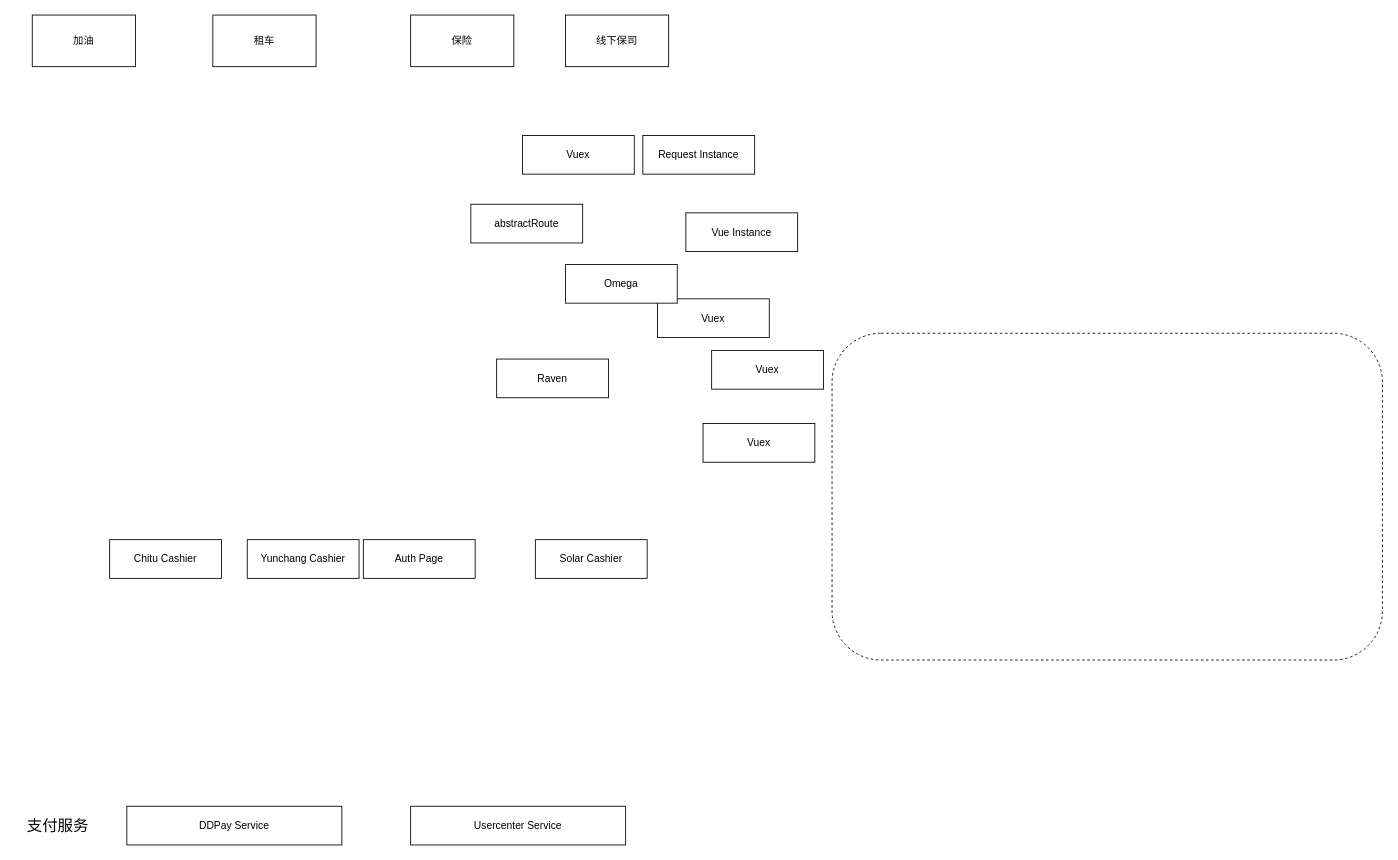
This is book/未命名绘图.drawio from chengkj99/book, a draw.io file, before an edit. Source tidied: cells renumbered, new cells numbered last; positions are measured from the earlier drawing's top-left corner, leaving out a move shared by most shapes. Both pictures are drawn from the tidied source at 86%, with x=0, y=0 at pixel (15, 15).
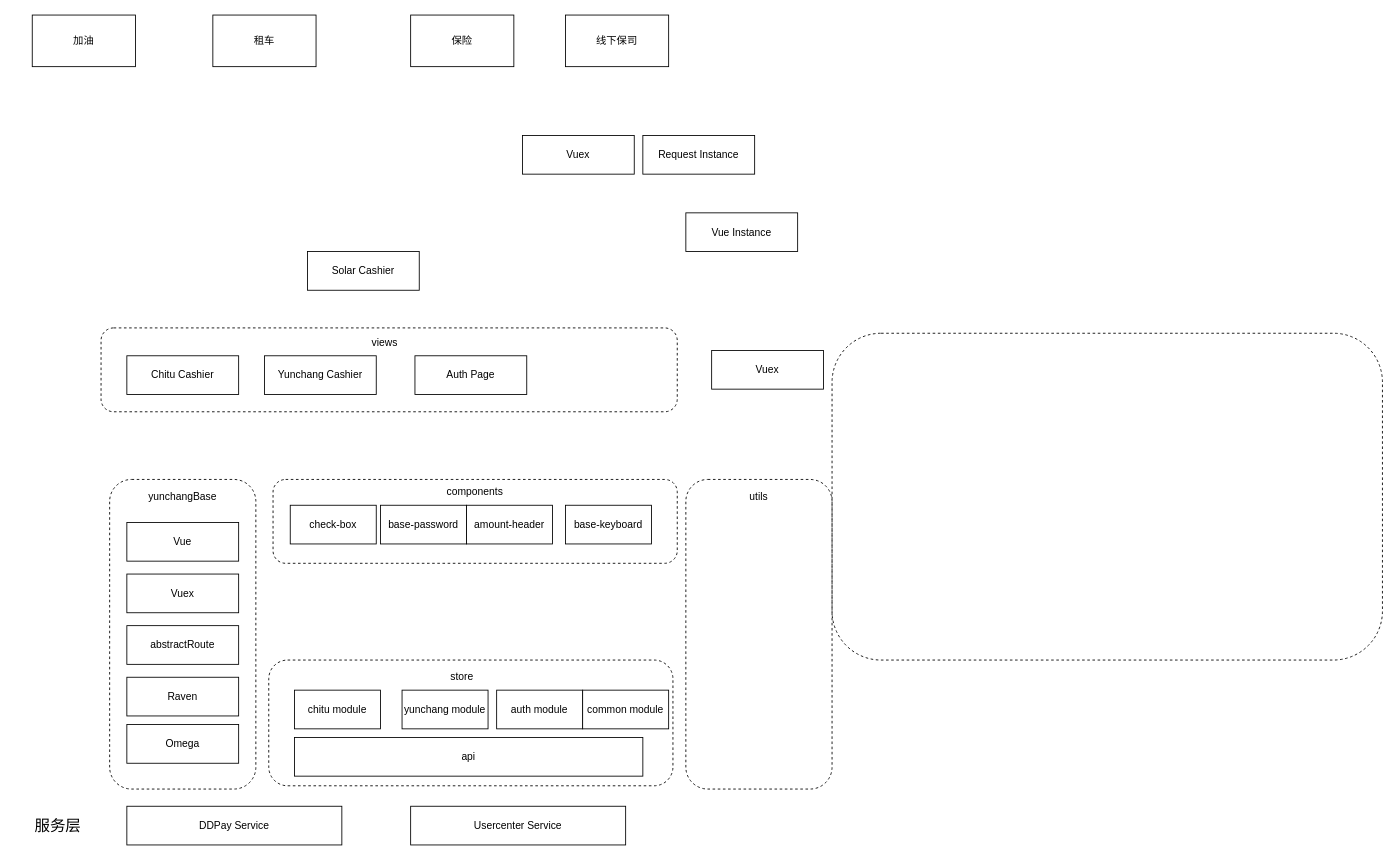
After the change.

Diff of the diagram source:
```diff
@@
     <mxCell id="2" value="Chitu Cashier" style="rounded=0;whiteSpace=wrap;html=1;" parent="1" vertex="1">
-      <mxGeometry x="110" y="610" width="130" height="45" as="geometry" />
+      <mxGeometry x="130" y="396.2" width="130" height="45" as="geometry" />
     </mxCell>
     <mxCell id="3" value="Yunchang Cashier" style="rounded=0;whiteSpace=wrap;html=1;" parent="1" vertex="1">
-      <mxGeometry x="270" y="610" width="130" height="45" as="geometry" />
+      <mxGeometry x="290" y="396.2" width="130" height="45" as="geometry" />
     </mxCell>
     <mxCell id="4" value="Auth Page" style="rounded=0;whiteSpace=wrap;html=1;" parent="1" vertex="1">
-      <mxGeometry x="405" y="610" width="130" height="45" as="geometry" />
+      <mxGeometry x="465" y="396.2" width="130" height="45" as="geometry" />
     </mxCell>
@@
     <mxCell id="9" value="Solar Cashier" style="rounded=0;whiteSpace=wrap;html=1;" parent="1" vertex="1">
-      <mxGeometry x="605" y="610" width="130" height="45" as="geometry" />
+      <mxGeometry x="340" y="275" width="130" height="45" as="geometry" />
     </mxCell>
     <mxCell id="10" value="Vuex" style="rounded=0;whiteSpace=wrap;html=1;" parent="1" vertex="1">
-      <mxGeometry x="747" y="330" width="130" height="45" as="geometry" />
+      <mxGeometry x="130" y="650" width="130" height="45" as="geometry" />
     </mxCell>
-    <mxCell id="11" value="Vuex" style="rounded=0;whiteSpace=wrap;html=1;" parent="1" vertex="1">
-      <mxGeometry x="800" y="475" width="130" height="45" as="geometry" />
+    <mxCell id="11" value="Vue" style="rounded=0;whiteSpace=wrap;html=1;" parent="1" vertex="1">
+      <mxGeometry x="130" y="590" width="130" height="45" as="geometry" />
     </mxCell>
@@
     <mxCell id="16" value="Raven" style="rounded=0;whiteSpace=wrap;html=1;" parent="1" vertex="1">
-      <mxGeometry x="560" y="400" width="130" height="45" as="geometry" />
+      <mxGeometry x="130" y="770" width="130" height="45" as="geometry" />
     </mxCell>
     <mxCell id="17" value="abstractRoute" style="rounded=0;whiteSpace=wrap;html=1;" parent="1" vertex="1">
-      <mxGeometry x="530" y="220" width="130" height="45" as="geometry" />
+      <mxGeometry x="130" y="710" width="130" height="45" as="geometry" />
     </mxCell>
     <mxCell id="18" value="Omega" style="rounded=0;whiteSpace=wrap;html=1;" parent="1" vertex="1">
-      <mxGeometry x="640" y="290" width="130" height="45" as="geometry" />
+      <mxGeometry x="130" y="825" width="130" height="45" as="geometry" />
     </mxCell>
@@
-    <mxCell id="20" value="&lt;span style=&quot;font-size: 18px;&quot;&gt;支付服务&lt;/span&gt;" style="text;html=1;strokeColor=none;fillColor=none;align=center;verticalAlign=middle;whiteSpace=wrap;rounded=0;" parent="1" vertex="1">
+    <mxCell id="20" value="&lt;span style=&quot;font-size: 18px;&quot;&gt;服务层&lt;/span&gt;" style="text;html=1;strokeColor=none;fillColor=none;align=center;verticalAlign=middle;whiteSpace=wrap;rounded=0;" parent="1" vertex="1">
       <mxGeometry y="927.5" width="100" height="30" as="geometry" />
     </mxCell>
@@
+    <mxCell id="23" style="rounded=1;whiteSpace=wrap;html=1;fillColor=none;dashed=1;" parent="1" vertex="1">
+      <mxGeometry x="110" y="540" width="170" height="360" as="geometry" />
+    </mxCell>
+    <mxCell id="24" style="rounded=1;whiteSpace=wrap;html=1;fillColor=none;dashed=1;" parent="1" vertex="1">
+      <mxGeometry x="300" y="540" width="470" height="97.5" as="geometry" />
+    </mxCell>
+    <mxCell id="25" value="check-box" style="rounded=0;whiteSpace=wrap;html=1;" parent="1" vertex="1">
+      <mxGeometry x="320" y="570" width="100" height="45" as="geometry" />
+    </mxCell>
+    <mxCell id="26" value="base-password" style="rounded=0;whiteSpace=wrap;html=1;" parent="1" vertex="1">
+      <mxGeometry x="425" y="570" width="100" height="45" as="geometry" />
+    </mxCell>
+    <mxCell id="27" value="amount-header" style="rounded=0;whiteSpace=wrap;html=1;" parent="1" vertex="1">
+      <mxGeometry x="525" y="570" width="100" height="45" as="geometry" />
+    </mxCell>
+    <mxCell id="28" style="rounded=1;whiteSpace=wrap;html=1;fillColor=none;dashed=1;" parent="1" vertex="1">
+      <mxGeometry x="100" y="363.8" width="670" height="97.5" as="geometry" />
+    </mxCell>
+    <mxCell id="29" value="base-keyboard" style="rounded=0;whiteSpace=wrap;html=1;" parent="1" vertex="1">
+      <mxGeometry x="640" y="570" width="100" height="45" as="geometry" />
+    </mxCell>
+    <mxCell id="30" value="components" style="text;html=1;strokeColor=none;fillColor=none;align=center;verticalAlign=middle;whiteSpace=wrap;rounded=0;" parent="1" vertex="1">
+      <mxGeometry x="505" y="540" width="60" height="30" as="geometry" />
+    </mxCell>
+    <mxCell id="31" value="yunchangBase" style="text;html=1;strokeColor=none;fillColor=none;align=center;verticalAlign=middle;whiteSpace=wrap;rounded=0;" parent="1" vertex="1">
+      <mxGeometry x="165" y="545" width="60" height="30" as="geometry" />
+    </mxCell>
+    <mxCell id="32" value="views" style="text;html=1;strokeColor=none;fillColor=none;align=center;verticalAlign=middle;whiteSpace=wrap;rounded=0;" parent="1" vertex="1">
+      <mxGeometry x="400" y="366.2" width="60" height="30" as="geometry" />
+    </mxCell>
+    <mxCell id="33" style="rounded=1;whiteSpace=wrap;html=1;fillColor=none;dashed=1;" parent="1" vertex="1">
+      <mxGeometry x="780" y="540" width="170" height="360" as="geometry" />
+    </mxCell>
+    <mxCell id="34" value="utils" style="text;html=1;strokeColor=none;fillColor=none;align=center;verticalAlign=middle;whiteSpace=wrap;rounded=0;" parent="1" vertex="1">
+      <mxGeometry x="835" y="545" width="60" height="30" as="geometry" />
+    </mxCell>
+    <mxCell id="35" style="rounded=1;whiteSpace=wrap;html=1;fillColor=none;dashed=1;" parent="1" vertex="1">
+      <mxGeometry x="295" y="750" width="470" height="146.2" as="geometry" />
+    </mxCell>
+    <mxCell id="36" value="store" style="text;html=1;strokeColor=none;fillColor=none;align=center;verticalAlign=middle;whiteSpace=wrap;rounded=0;" parent="1" vertex="1">
+      <mxGeometry x="490" y="755" width="60" height="30" as="geometry" />
+    </mxCell>
+    <mxCell id="37" value="api" style="rounded=0;whiteSpace=wrap;html=1;" parent="1" vertex="1">
+      <mxGeometry x="325" y="840" width="405" height="45" as="geometry" />
+    </mxCell>
+    <mxCell id="38" value="chitu module" style="rounded=0;whiteSpace=wrap;html=1;" parent="1" vertex="1">
+      <mxGeometry x="325" y="785" width="100" height="45" as="geometry" />
+    </mxCell>
+    <mxCell id="39" value="yunchang module" style="rounded=0;whiteSpace=wrap;html=1;" parent="1" vertex="1">
+      <mxGeometry x="450" y="785" width="100" height="45" as="geometry" />
+    </mxCell>
+    <mxCell id="40" value="auth module" style="rounded=0;whiteSpace=wrap;html=1;" parent="1" vertex="1">
+      <mxGeometry x="560" y="785" width="100" height="45" as="geometry" />
+    </mxCell>
+    <mxCell id="41" value="common module" style="rounded=0;whiteSpace=wrap;html=1;" parent="1" vertex="1">
+      <mxGeometry x="660" y="785" width="100" height="45" as="geometry" />
+    </mxCell>
```
